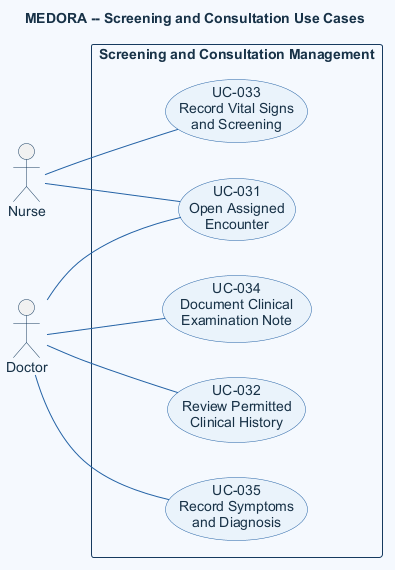
Earlier version of the PlantUML export doc/asset/03-system-requirements/use-case-by-function/medical-examination/figure/medical-examination.png (DucDung-1107/SysDes_2026.1_Group_08).
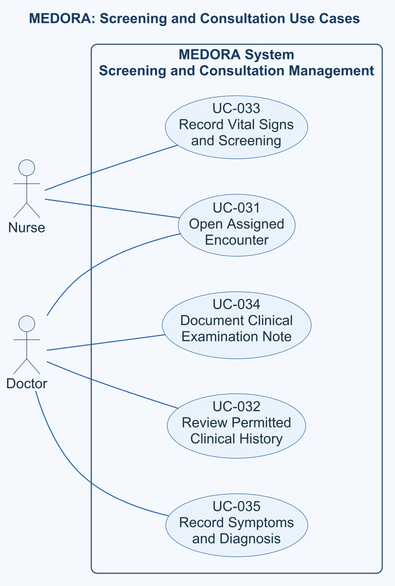
The same diagram one commit later.

What changed in the source:
```diff
@@ -1,23 +1,13 @@
 @startuml
-title MEDORA -- Screening and Consultation Use Cases
+title MEDORA: Screening and Consultation Use Cases
+!include ../../../../shared/templates/medora-style.puml
+skinparam dpi 192
 left to right direction
-skinparam shadowing false
-skinparam defaultFontName Arial
-skinparam defaultFontColor #183247
-skinparam backgroundColor #F5F9FE
-skinparam ArrowColor #2563A6
-skinparam UsecaseBackgroundColor #EAF3FB
-skinparam UsecaseBorderColor #2563A6
-skinparam UsecaseFontColor #183247
-skinparam ActorBorderColor #163A5F
-skinparam ActorFontColor #183247
-skinparam RectangleBackgroundColor #F5F9FE
-skinparam RectangleBorderColor #163A5F
 
 actor Nurse as nurse
 actor Doctor as doctor
 
-rectangle "Screening and Consultation Management" {
+rectangle "MEDORA System\nScreening and Consultation Management" {
   usecase "UC-031\nOpen Assigned\nEncounter" as open
   usecase "UC-032\nReview Permitted\nClinical History" as review
   usecase "UC-033\nRecord Vital Signs\nand Screening" as vitals
```
